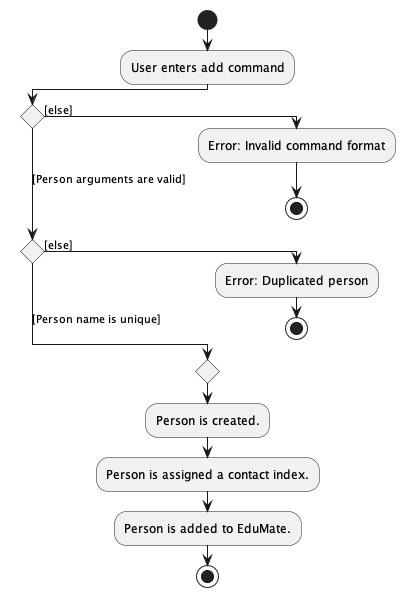
Earlier version of the PlantUML export docs/images/AddActivityDiagram.png (nus-cs2103-AY2223S2/tp).
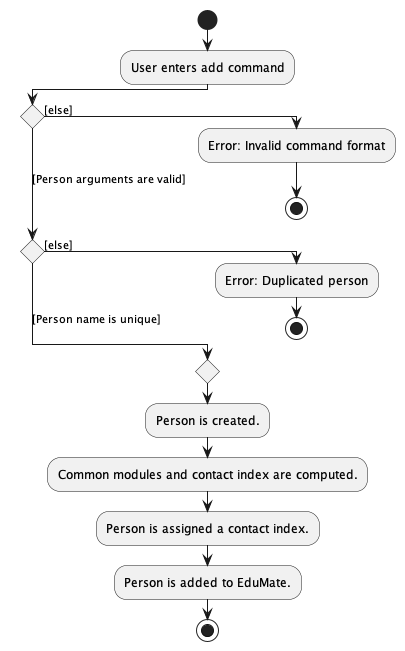
The same file after the commit.

Commit message:
Add line to Activity Diagram

What changed in the source:
```diff
@@ -11,6 +11,7 @@
 else ([Person name is unique])
 endif
   :Person is created.;
+  :Common modules and contact index are computed.;
   :Person is assigned a contact index.;
   :Person is added to EduMate.;
 stop
```
